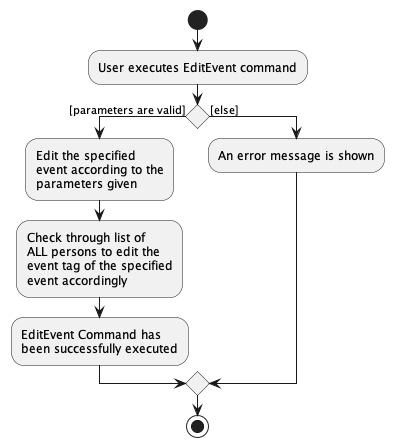
Above: docs/images/EditEventActivityDiagram.png in nus-cs2103-AY2223S2/tp (PlantUML), before the change.
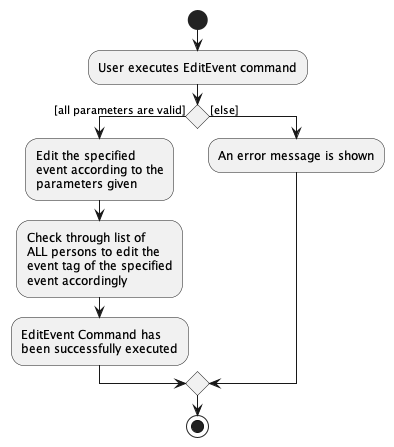
The same file after the commit.

What changed in the source:
```diff
@@ -3,7 +3,7 @@
 :User executes EditEvent command;
 
 
-if () then ([parameters are valid])
+if () then ([all parameters are valid])
     :Edit the specified
     event according to the
     parameters given;
```
